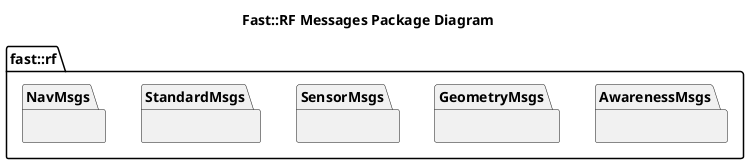
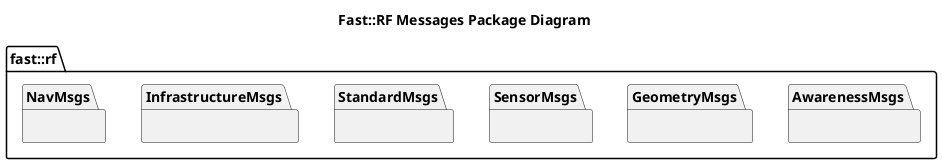
@startuml
title Fast::RF Messages Package Diagram
namespace fast::rf {
  package AwarenessMsgs {}
  package GeometryMsgs {}
  package SensorMsgs {}
  package StandardMsgs {}
+   package InfrastructureMsgs {}
  package NavMsgs {}

}
@enduml